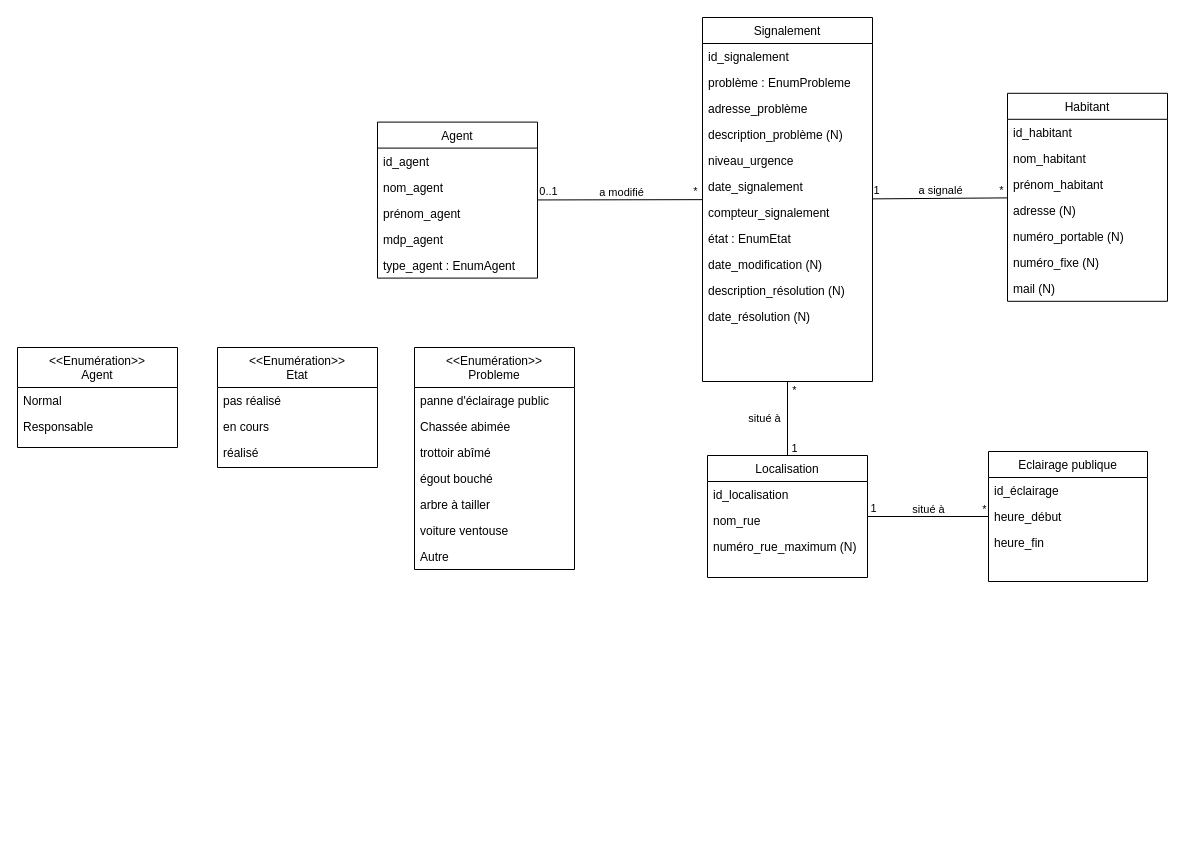
This is projet_v5.drawio from Igniiis/CSI_Projet, a draw.io file, before an edit. Source tidied: cells renumbered, new cells numbered last; positions are measured from the earlier drawing's top-left corner, leaving out a move shared by most shapes. Both pictures are drawn from the tidied source at 100%, with x=0, y=0 at pixel (17, 17).
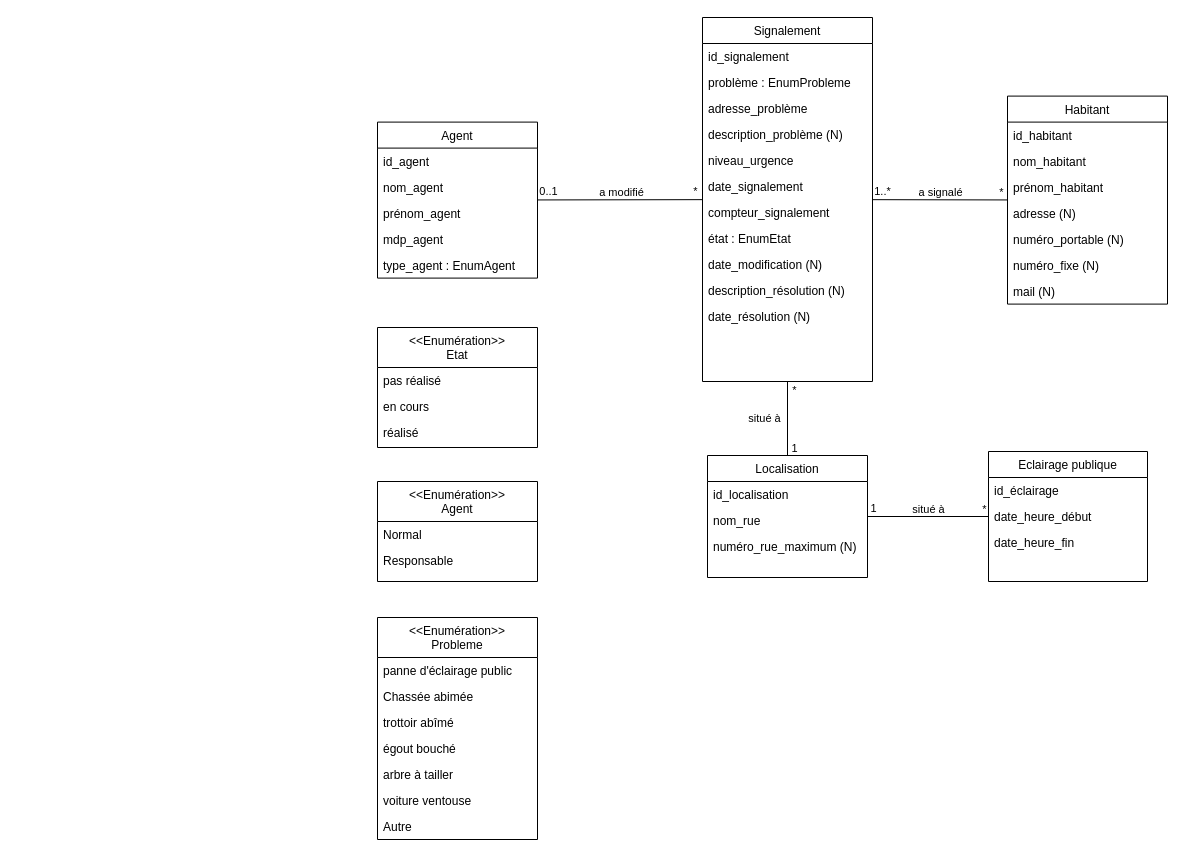
After the change.

Commit message:
Mettre à jour projet_v5.drawio

Unchanged cells that the change refers to:
```xml
<mxCell id="22" value="Eclairage publique" style="swimlane;fontStyle=0;align=center;verticalAlign=top;horizontal=1;startSize=26;rounded=0;shadow=0;strokeWidth=1;" parent="1" vertex="1">
  <mxGeometry x="971" y="434" width="159" height="130" as="geometry" />
</mxCell>
<mxCell id="26" style="endArrow=none;html=1;rounded=0;" parent="1" edge="1" source="2" target="14">
  <mxGeometry relative="1" as="geometry" />
</mxCell>
```

Change to the diagram source:
```diff
@@
     <mxCell id="14" value="Habitant" style="swimlane;fontStyle=0;align=center;verticalAlign=top;horizontal=1;startSize=26;rounded=0;shadow=0;strokeWidth=1;" parent="1" vertex="1">
-      <mxGeometry x="990" y="75.8" width="160" height="208" as="geometry" />
+      <mxGeometry x="990" y="78.6" width="160" height="208" as="geometry" />
     </mxCell>
@@
-    <mxCell id="24" value="heure_début" style="text;align=left;verticalAlign=top;spacingLeft=4;spacingRight=4;overflow=hidden;rounded=0;shadow=0;html=0;" parent="22" vertex="1">
+    <mxCell id="24" value="date_heure_début" style="text;align=left;verticalAlign=top;spacingLeft=4;spacingRight=4;overflow=hidden;rounded=0;shadow=0;html=0;" parent="22" vertex="1">
       <mxGeometry y="52" width="159" height="26" as="geometry" />
     </mxCell>
-    <mxCell id="25" value="heure_fin" style="text;align=left;verticalAlign=top;spacingLeft=4;spacingRight=4;overflow=hidden;rounded=0;shadow=0;html=0;" parent="22" vertex="1">
+    <mxCell id="25" value="date_heure_fin" style="text;align=left;verticalAlign=top;spacingLeft=4;spacingRight=4;overflow=hidden;rounded=0;shadow=0;html=0;" parent="22" vertex="1">
       <mxGeometry y="78" width="159" height="26" as="geometry" />
     </mxCell>
@@
-    <mxCell id="27" value="1" style="edgeLabel;html=1;align=center;verticalAlign=middle;" parent="26" vertex="1">
+    <mxCell id="27" value="1..*" style="edgeLabel;html=1;align=center;verticalAlign=middle;" parent="26" vertex="1">
       <mxGeometry x="0.76" y="1" relative="1" as="geometry">
-        <mxPoint x="-115" y="-7" as="offset" />
+        <mxPoint x="-110" y="-8" as="offset" />
       </mxGeometry>
     </mxCell>
@@
     <mxCell id="52" value="&lt;&lt;Enumération&gt;&gt;&#10;Etat" style="swimlane;fontStyle=0;align=center;verticalAlign=top;horizontal=1;startSize=40;rounded=0;shadow=0;strokeWidth=1;" parent="1" vertex="1">
-      <mxGeometry x="200" y="330" width="160" height="120" as="geometry" />
+      <mxGeometry x="360" y="310" width="160" height="120" as="geometry" />
     </mxCell>
@@
     <mxCell id="56" value="&lt;&lt;Enumération&gt;&gt;&#10;Agent" style="swimlane;fontStyle=0;align=center;verticalAlign=top;horizontal=1;startSize=40;rounded=0;shadow=0;strokeWidth=1;" parent="1" vertex="1">
-      <mxGeometry y="330" width="160" height="100" as="geometry" />
+      <mxGeometry x="360" y="464" width="160" height="100" as="geometry" />
     </mxCell>
@@
     <mxCell id="59" value="&lt;&lt;Enumération&gt;&gt;&#10;Probleme" style="swimlane;fontStyle=0;align=center;verticalAlign=top;horizontal=1;startSize=40;rounded=0;shadow=0;strokeWidth=1;" parent="1" vertex="1">
-      <mxGeometry x="397" y="330" width="160" height="222" as="geometry" />
+      <mxGeometry x="360" y="600" width="160" height="222" as="geometry" />
     </mxCell>
```
